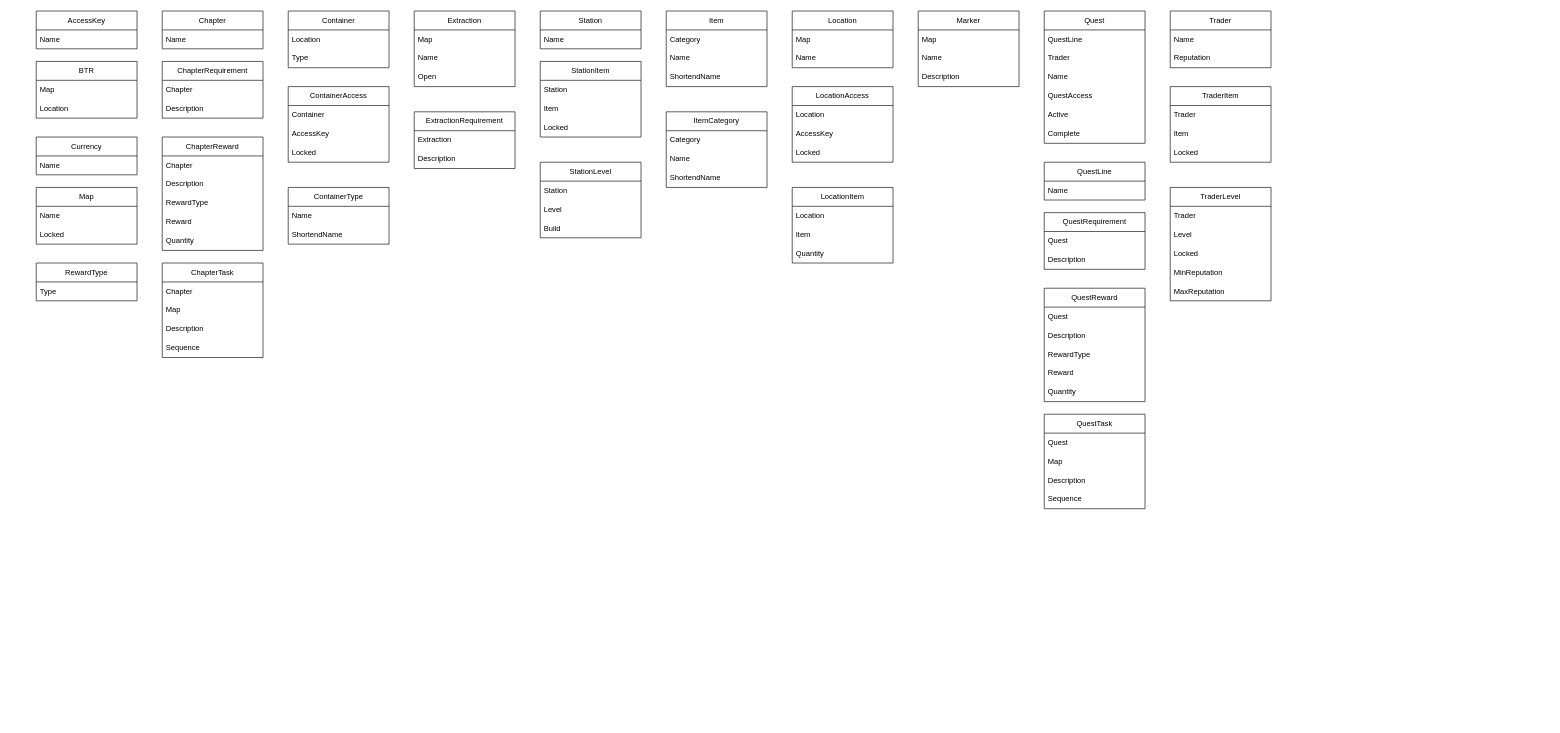
This is page "Domain Model" (2 of 4) of eft_app_guide/__Documentation/Unified_Modeling_Language.drawio from niclashogh/eft_app_guide, a draw.io file, before an edit. Source tidied: cells renumbered, new cells numbered last; positions are measured from the earlier drawing's top-left corner, leaving out a move shared by most shapes. Both pictures are drawn from the tidied source at 63%, with x=0, y=0 at pixel (36, 11).
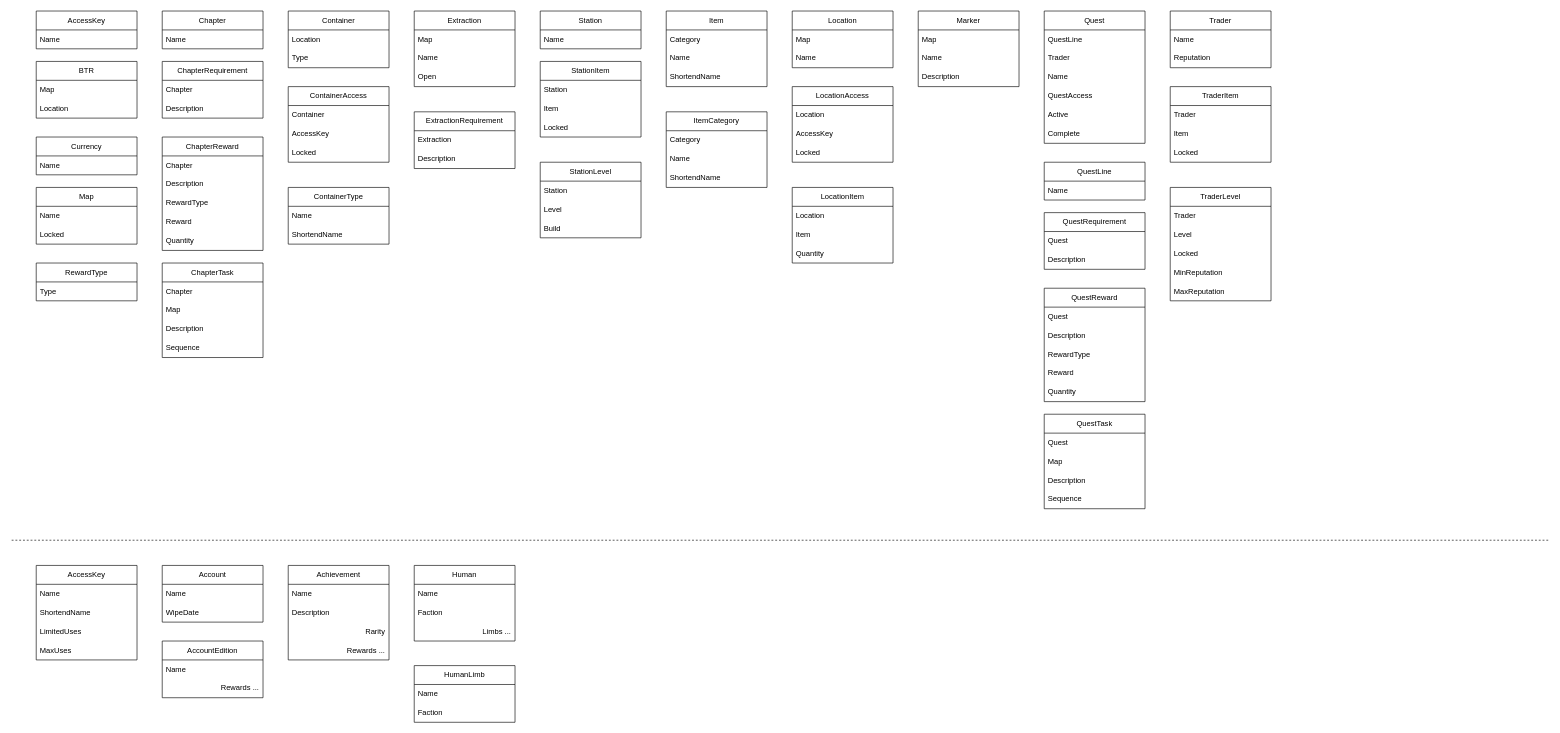
After the change.

What changed in the source:
```diff
@@
+    <mxCell id="116" style="endArrow=none;dashed=1;html=1;rounded=0;" parent="1" edge="1">
+      <mxGeometry relative="1" as="geometry">
+        <mxPoint x="2400" y="840" as="sourcePoint" />
+        <mxPoint x="-40" y="840" as="targetPoint" />
+      </mxGeometry>
+    </mxCell>
+    <mxCell id="117" value="AccessKey" style="swimlane;fontStyle=0;horizontal=1;startSize=30;whiteSpace=wrap;html=1;" parent="1" vertex="1">
+      <mxGeometry y="880" width="160" height="150" as="geometry" />
+    </mxCell>
+    <mxCell id="118" value="Name" style="text;strokeColor=none;fillColor=none;align=left;verticalAlign=middle;spacingLeft=4;spacingRight=4;overflow=hidden;whiteSpace=wrap;html=1;" parent="117" vertex="1">
+      <mxGeometry y="30" width="160" height="30" as="geometry" />
+    </mxCell>
+    <mxCell id="119" value="ShortendName" style="text;strokeColor=none;fillColor=none;align=left;verticalAlign=middle;spacingLeft=4;spacingRight=4;overflow=hidden;whiteSpace=wrap;html=1;" parent="117" vertex="1">
+      <mxGeometry y="60" width="160" height="30" as="geometry" />
+    </mxCell>
+    <mxCell id="120" value="LimitedUses" style="text;strokeColor=none;fillColor=none;align=left;verticalAlign=middle;spacingLeft=4;spacingRight=4;overflow=hidden;whiteSpace=wrap;html=1;" parent="117" vertex="1">
+      <mxGeometry y="90" width="160" height="30" as="geometry" />
+    </mxCell>
+    <mxCell id="121" value="MaxUses" style="text;strokeColor=none;fillColor=none;align=left;verticalAlign=middle;spacingLeft=4;spacingRight=4;overflow=hidden;whiteSpace=wrap;html=1;" parent="117" vertex="1">
+      <mxGeometry y="120" width="160" height="30" as="geometry" />
+    </mxCell>
+    <mxCell id="122" value="Account" style="swimlane;fontStyle=0;horizontal=1;startSize=30;whiteSpace=wrap;html=1;" parent="1" vertex="1">
+      <mxGeometry x="200" y="880" width="160" height="90" as="geometry" />
+    </mxCell>
+    <mxCell id="123" value="Name" style="text;strokeColor=none;fillColor=none;align=left;verticalAlign=middle;spacingLeft=4;spacingRight=4;overflow=hidden;whiteSpace=wrap;html=1;" parent="122" vertex="1">
+      <mxGeometry y="30" width="160" height="30" as="geometry" />
+    </mxCell>
+    <mxCell id="124" value="WipeDate" style="text;strokeColor=none;fillColor=none;align=left;verticalAlign=middle;spacingLeft=4;spacingRight=4;overflow=hidden;whiteSpace=wrap;html=1;" parent="122" vertex="1">
+      <mxGeometry y="60" width="160" height="30" as="geometry" />
+    </mxCell>
+    <mxCell id="125" value="AccountEdition" style="swimlane;fontStyle=0;horizontal=1;startSize=30;whiteSpace=wrap;html=1;" parent="1" vertex="1">
+      <mxGeometry x="200" y="1000" width="160" height="90" as="geometry" />
+    </mxCell>
+    <mxCell id="126" value="Name" style="text;strokeColor=none;fillColor=none;align=left;verticalAlign=middle;spacingLeft=4;spacingRight=4;overflow=hidden;whiteSpace=wrap;html=1;" parent="125" vertex="1">
+      <mxGeometry y="30" width="160" height="30" as="geometry" />
+    </mxCell>
+    <mxCell id="127" value="Rewards ..." style="text;strokeColor=none;fillColor=none;align=right;verticalAlign=middle;spacingLeft=4;spacingRight=4;overflow=hidden;whiteSpace=wrap;html=1;" parent="125" vertex="1">
+      <mxGeometry y="60" width="160" height="30" as="geometry" />
+    </mxCell>
+    <mxCell id="128" value="Achievement" style="swimlane;fontStyle=0;horizontal=1;startSize=30;whiteSpace=wrap;html=1;" parent="1" vertex="1">
+      <mxGeometry x="400" y="880" width="160" height="150" as="geometry" />
+    </mxCell>
+    <mxCell id="129" value="Name" style="text;strokeColor=none;fillColor=none;align=left;verticalAlign=middle;spacingLeft=4;spacingRight=4;overflow=hidden;whiteSpace=wrap;html=1;" parent="128" vertex="1">
+      <mxGeometry y="30" width="160" height="30" as="geometry" />
+    </mxCell>
+    <mxCell id="130" value="Description" style="text;strokeColor=none;fillColor=none;align=left;verticalAlign=middle;spacingLeft=4;spacingRight=4;overflow=hidden;whiteSpace=wrap;html=1;" parent="128" vertex="1">
+      <mxGeometry y="60" width="160" height="30" as="geometry" />
+    </mxCell>
+    <mxCell id="131" value="Rarity" style="text;strokeColor=none;fillColor=none;align=right;verticalAlign=middle;spacingLeft=4;spacingRight=4;overflow=hidden;whiteSpace=wrap;html=1;fontStyle=0;horizontal=1;" parent="128" vertex="1">
+      <mxGeometry y="90" width="160" height="30" as="geometry" />
+    </mxCell>
+    <mxCell id="132" value="Rewards ..." style="text;strokeColor=none;fillColor=none;align=right;verticalAlign=middle;spacingLeft=4;spacingRight=4;overflow=hidden;whiteSpace=wrap;html=1;" parent="128" vertex="1">
+      <mxGeometry y="120" width="160" height="30" as="geometry" />
+    </mxCell>
+    <mxCell id="133" value="Human" style="swimlane;fontStyle=0;horizontal=1;startSize=30;whiteSpace=wrap;html=1;" parent="1" vertex="1">
+      <mxGeometry x="600" y="880" width="160" height="120" as="geometry" />
+    </mxCell>
+    <mxCell id="134" value="Name" style="text;strokeColor=none;fillColor=none;align=left;verticalAlign=middle;spacingLeft=4;spacingRight=4;overflow=hidden;whiteSpace=wrap;html=1;" parent="133" vertex="1">
+      <mxGeometry y="30" width="160" height="30" as="geometry" />
+    </mxCell>
+    <mxCell id="135" value="Faction" style="text;strokeColor=none;fillColor=none;align=left;verticalAlign=middle;spacingLeft=4;spacingRight=4;overflow=hidden;whiteSpace=wrap;html=1;" parent="133" vertex="1">
+      <mxGeometry y="60" width="160" height="30" as="geometry" />
+    </mxCell>
+    <mxCell id="136" value="Limbs ..." style="text;strokeColor=none;fillColor=none;align=right;verticalAlign=middle;spacingLeft=4;spacingRight=4;overflow=hidden;whiteSpace=wrap;html=1;" parent="133" vertex="1">
+      <mxGeometry y="90" width="160" height="30" as="geometry" />
+    </mxCell>
+    <mxCell id="137" value="HumanLimb" style="swimlane;fontStyle=0;horizontal=1;startSize=30;whiteSpace=wrap;html=1;" parent="1" vertex="1">
+      <mxGeometry x="600" y="1039" width="160" height="90" as="geometry" />
+    </mxCell>
+    <mxCell id="138" value="Name" style="text;strokeColor=none;fillColor=none;align=left;verticalAlign=middle;spacingLeft=4;spacingRight=4;overflow=hidden;whiteSpace=wrap;html=1;" parent="137" vertex="1">
+      <mxGeometry y="30" width="160" height="30" as="geometry" />
+    </mxCell>
+    <mxCell id="139" value="Faction" style="text;strokeColor=none;fillColor=none;align=left;verticalAlign=middle;spacingLeft=4;spacingRight=4;overflow=hidden;whiteSpace=wrap;html=1;" parent="137" vertex="1">
+      <mxGeometry y="60" width="160" height="30" as="geometry" />
+    </mxCell>
```
